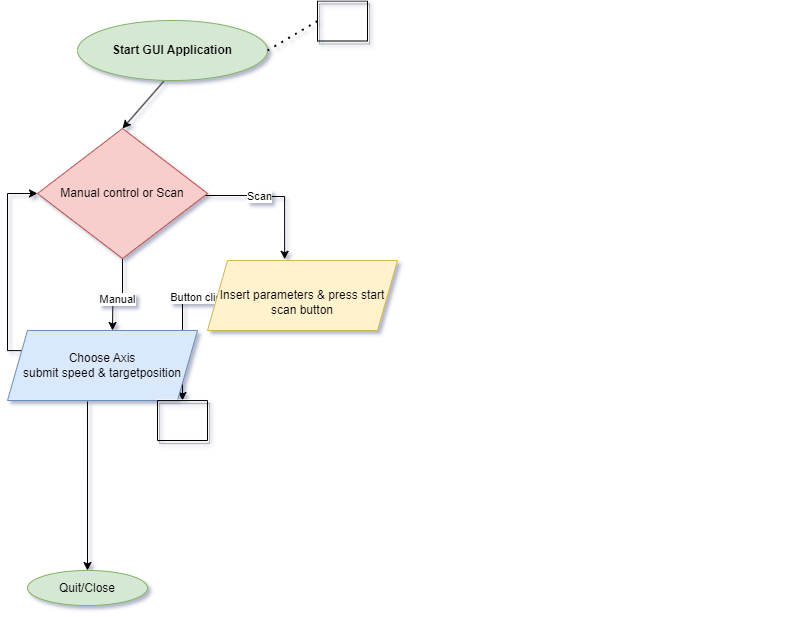
Before: Program_Diagram.drawio.png, a diagram exported from draw.io (sistrebel/Emittancemeter_control). Source tidied: cells renumbered, new cells last; positions are measured from the earlier drawing's top-left corner, leaving out a move shared by most shapes.
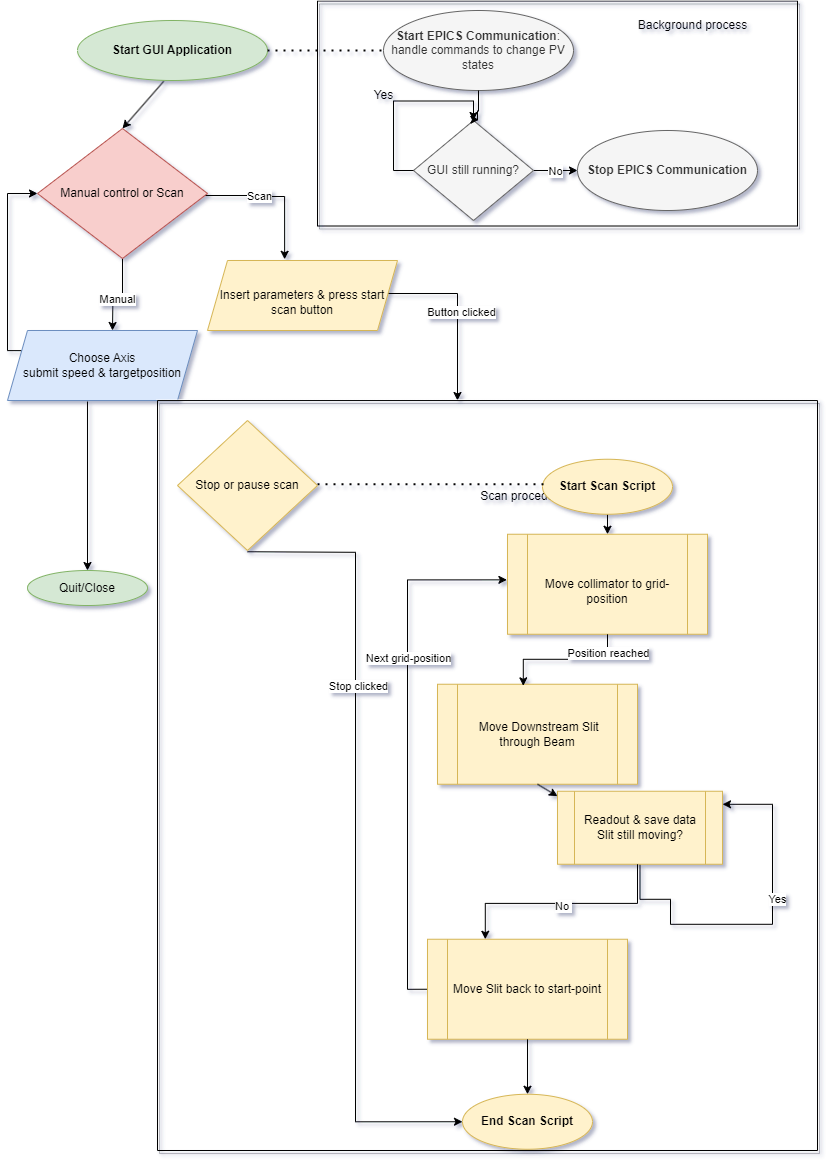
Above is the later version.

Change to the diagram source:
```diff
@@ -39,6 +39,11 @@
     <mxCell id="10" value="Manual control or Scan" style="rhombus;whiteSpace=wrap;html=1;fillColor=#f8cecc;strokeColor=#b85450;" parent="1" vertex="1">
       <mxGeometry x="30" y="128" width="170" height="130" as="geometry" />
     </mxCell>
+    <mxCell id="19" style="endArrow=none;dashed=1;html=1;dashPattern=1 3;strokeWidth=2;rounded=0;entryX=0;entryY=0.5;entryDx=0;entryDy=0;" parent="1" edge="1" target="20">
+      <mxGeometry relative="1" as="geometry">
+        <mxPoint x="260" y="50" as="sourcePoint" />
+      </mxGeometry>
+    </mxCell>
     <mxCell id="11" style="edgeStyle=orthogonalEdgeStyle;rounded=0;jettySize=auto;html=1;exitX=1;exitY=0.5;exitDx=0;exitDy=0;" parent="1" edge="1" source="13" target="18">
       <mxGeometry relative="1" as="geometry">
         <Array as="points">
@@ -67,11 +72,138 @@
     <mxCell id="16" style="edgeStyle=orthogonalEdgeStyle;rounded=0;jettySize=auto;html=1;exitX=0.421;exitY=1.014;exitDx=0;exitDy=0;entryX=0.5;entryY=0;entryDx=0;entryDy=0;exitPerimeter=0;" parent="1" edge="1" source="15" target="5">
       <mxGeometry relative="1" as="geometry" />
     </mxCell>
-    <mxCell id="17" style="swimlane;startSize=0;fillColor=#E6E6E6;strokeColor=default;fillStyle=solid;rounded=0;shadow=1;glass=1;" parent="1" vertex="1" collapsed="1">
-      <mxGeometry x="310" y="0.5" width="50" height="40" as="geometry" />
+    <mxCell id="17" style="swimlane;startSize=0;fillColor=#E6E6E6;strokeColor=default;fillStyle=solid;rounded=0;shadow=1;glass=1;" parent="1" vertex="1">
+      <mxGeometry x="310" y="0.5" width="480" height="225" as="geometry" />
     </mxCell>
+    <mxCell id="20" value="&lt;b style=&quot;border-color: var(--border-color);&quot;&gt;Start EPICS Communication&lt;/b&gt;:&lt;br style=&quot;border-color: var(--border-color);&quot;&gt;handle commands to change PV states" style="ellipse;whiteSpace=wrap;html=1;fillColor=#f5f5f5;fontColor=#333333;strokeColor=#666666;" parent="17" vertex="1">
+      <mxGeometry x="66" y="9.5" width="190" height="80" as="geometry" />
+    </mxCell>
+    <mxCell id="21" style="edgeStyle=orthogonalEdgeStyle;rounded=0;jettySize=auto;html=1;exitX=1;exitY=0.5;exitDx=0;exitDy=0;entryX=0;entryY=0.5;entryDx=0;entryDy=0;" parent="17" edge="1" source="23" target="28">
+      <mxGeometry relative="1" as="geometry" />
+    </mxCell>
+    <mxCell id="22" value="No" style="edgeLabel;html=1;align=center;verticalAlign=middle;" parent="21" vertex="1">
+      <mxGeometry x="-0.06" relative="1" as="geometry" />
+    </mxCell>
+    <mxCell id="23" value="GUI still running?" style="rhombus;whiteSpace=wrap;html=1;fillColor=#f5f5f5;fontColor=#333333;strokeColor=#666666;" parent="17" vertex="1">
+      <mxGeometry x="96" y="119.5" width="120" height="100" as="geometry" />
+    </mxCell>
+    <mxCell id="24" value="Yes" style="text;html=1;align=center;verticalAlign=middle;strokeColor=none;fillColor=none;" parent="17" vertex="1">
+      <mxGeometry x="46" y="79.5" width="40" height="30" as="geometry" />
+    </mxCell>
+    <mxCell id="25" style="edgeStyle=orthogonalEdgeStyle;rounded=0;orthogonalLoop=1;jettySize=auto;html=1;exitX=0;exitY=0.5;exitDx=0;exitDy=0;entryX=0.5;entryY=0;entryDx=0;entryDy=0;" parent="17" edge="1" source="23" target="23">
+      <mxGeometry relative="1" as="geometry">
+        <Array as="points">
+          <mxPoint x="76" y="170" />
+          <mxPoint x="76" y="100" />
+          <mxPoint x="156" y="100" />
+        </Array>
+      </mxGeometry>
+    </mxCell>
+    <mxCell id="26" style="edgeStyle=orthogonalEdgeStyle;rounded=0;jettySize=auto;html=1;exitX=0.5;exitY=1;exitDx=0;exitDy=0;entryX=0.545;entryY=-0.008;entryDx=0;entryDy=0;entryPerimeter=0;" parent="17" edge="1" source="20" target="23">
+      <mxGeometry relative="1" as="geometry">
+        <Array as="points">
+          <mxPoint x="161" y="110" />
+          <mxPoint x="160" y="110" />
+          <mxPoint x="160" y="119" />
+        </Array>
+      </mxGeometry>
+    </mxCell>
+    <mxCell id="27" value="Background process" style="text;html=1;align=center;verticalAlign=middle;strokeColor=none;fillColor=none;" parent="17" vertex="1">
+      <mxGeometry x="310" y="9.5" width="130" height="30" as="geometry" />
+    </mxCell>
+    <mxCell id="28" value="&lt;b style=&quot;border-color: var(--border-color); color: rgb(51, 51, 51);&quot;&gt;Stop EPICS Communication&lt;/b&gt;" style="ellipse;whiteSpace=wrap;html=1;fillColor=#f5f5f5;fontColor=#333333;strokeColor=#666666;" parent="17" vertex="1">
+      <mxGeometry x="260" y="129.5" width="180" height="80" as="geometry" />
+    </mxCell>
-    <mxCell id="18" style="swimlane;startSize=0;fillColor=#E6E6E6;strokeColor=default;fillStyle=solid;rounded=0;shadow=1;glass=1;" parent="1" vertex="1" collapsed="1">
-      <mxGeometry x="150" y="400" width="50" height="40" as="geometry" />
+    <mxCell id="18" style="swimlane;startSize=0;fillColor=#E6E6E6;strokeColor=default;fillStyle=solid;rounded=0;shadow=1;glass=1;" parent="1" vertex="1">
+      <mxGeometry x="150" y="400" width="660" height="750" as="geometry" />
     </mxCell>
+    <mxCell id="29" value="Scan procedure" style="text;html=1;align=center;verticalAlign=middle;strokeColor=none;fillColor=none;" parent="18" vertex="1">
+      <mxGeometry x="310" y="80.8" width="110" height="30" as="geometry" />
+    </mxCell>
+    <mxCell id="30" value="&lt;br style=&quot;border-color: var(--border-color);&quot;&gt;Move collimator to grid-position" style="shape=process;whiteSpace=wrap;html=1;backgroundOutline=1;fillColor=#fff2cc;strokeColor=#d6b656;" parent="18" vertex="1">
+      <mxGeometry x="350" y="133.8" width="200" height="100" as="geometry" />
+    </mxCell>
+    <mxCell id="31" style="edgeStyle=orthogonalEdgeStyle;rounded=0;jettySize=auto;html=1;exitX=0;exitY=0.5;exitDx=0;exitDy=0;entryX=-0.003;entryY=0.456;entryDx=0;entryDy=0;entryPerimeter=0;" parent="18" edge="1" source="33" target="30">
+      <mxGeometry relative="1" as="geometry" />
+    </mxCell>
+    <mxCell id="32" value="Next grid-position" style="edgeLabel;html=1;align=center;verticalAlign=middle;" parent="31" vertex="1">
+      <mxGeometry x="0.21" y="-1" relative="1" as="geometry">
+        <mxPoint x="-1" y="-30" as="offset" />
+      </mxGeometry>
+    </mxCell>
+    <mxCell id="33" value="Move Slit back to start-point" style="shape=process;whiteSpace=wrap;html=1;backgroundOutline=1;fillColor=#fff2cc;strokeColor=#d6b656;" parent="18" vertex="1">
+      <mxGeometry x="270" y="538.8" width="200" height="100" as="geometry" />
+    </mxCell>
+    <mxCell id="34" value="&amp;nbsp;Move Downstream Slit through Beam&lt;br style=&quot;border-color: var(--border-color);&quot;&gt;" style="shape=process;whiteSpace=wrap;html=1;backgroundOutline=1;fillColor=#fff2cc;strokeColor=#d6b656;" parent="18" vertex="1">
+      <mxGeometry x="280" y="283.8" width="200" height="100" as="geometry" />
+    </mxCell>
+    <mxCell id="35" style="edgeStyle=orthogonalEdgeStyle;rounded=0;jettySize=auto;html=1;exitX=0.5;exitY=1;exitDx=0;exitDy=0;entryX=0.429;entryY=0.016;entryDx=0;entryDy=0;entryPerimeter=0;" parent="18" edge="1" source="30" target="34">
+      <mxGeometry relative="1" as="geometry" />
+    </mxCell>
+    <mxCell id="36" value="Position reached" style="edgeLabel;html=1;align=center;verticalAlign=middle;" parent="35" vertex="1">
+      <mxGeometry x="-0.72" relative="1" as="geometry" />
+    </mxCell>
+    <mxCell id="37" style="edgeStyle=orthogonalEdgeStyle;rounded=0;jettySize=auto;html=1;exitX=0.5;exitY=1;exitDx=0;exitDy=0;entryX=0.5;entryY=0;entryDx=0;entryDy=0;" parent="18" edge="1" source="38" target="30">
+      <mxGeometry relative="1" as="geometry" />
+    </mxCell>
+    <mxCell id="38" value="&lt;b&gt;Start Scan Script&lt;/b&gt;" style="ellipse;whiteSpace=wrap;html=1;fillColor=#fff2cc;strokeColor=#d6b656;" parent="18" vertex="1">
+      <mxGeometry x="385" y="58.8" width="130" height="55" as="geometry" />
+    </mxCell>
+    <mxCell id="39" value="&lt;b&gt;End Scan Script&lt;/b&gt;" style="ellipse;whiteSpace=wrap;html=1;fillColor=#fff2cc;strokeColor=#d6b656;" parent="18" vertex="1">
+      <mxGeometry x="305" y="693.8" width="130" height="55" as="geometry" />
+    </mxCell>
+    <mxCell id="40" style="edgeStyle=orthogonalEdgeStyle;rounded=0;jettySize=auto;html=1;exitX=0.5;exitY=1;exitDx=0;exitDy=0;entryX=0.5;entryY=0;entryDx=0;entryDy=0;" parent="18" edge="1" source="33" target="39">
+      <mxGeometry relative="1" as="geometry" />
+    </mxCell>
+    <mxCell id="41" style="edgeStyle=orthogonalEdgeStyle;rounded=0;orthogonalLoop=1;jettySize=auto;html=1;exitX=0.5;exitY=1;exitDx=0;exitDy=0;" parent="18" edge="1" source="43" target="43">
+      <mxGeometry relative="1" as="geometry">
+        <Array as="points">
+          <mxPoint x="513" y="498.8" />
+          <mxPoint x="513" y="523.8" />
+          <mxPoint x="615" y="523.8" />
+          <mxPoint x="615" y="403.8" />
+          <mxPoint x="513" y="403.8" />
+        </Array>
+      </mxGeometry>
+    </mxCell>
+    <mxCell id="42" value="Yes" style="edgeLabel;html=1;align=center;verticalAlign=middle;" parent="41" vertex="1">
+      <mxGeometry x="0.2" y="-4" relative="1" as="geometry" />
+    </mxCell>
+    <mxCell id="43" value="Readout &amp;amp; save data&lt;br&gt;Slit still moving?" style="shape=process;whiteSpace=wrap;html=1;backgroundOutline=1;fillColor=#fff2cc;strokeColor=#d6b656;" parent="18" vertex="1">
+      <mxGeometry x="400" y="390.8" width="165" height="73" as="geometry" />
+    </mxCell>
+    <mxCell id="44" style="edgeStyle=orthogonalEdgeStyle;rounded=0;orthogonalLoop=1;jettySize=auto;html=1;entryX=0.404;entryY=0.009;entryDx=0;entryDy=0;entryPerimeter=0;" parent="18" edge="1">
+      <mxGeometry relative="1" as="geometry">
+        <mxPoint x="480" y="463.8" as="sourcePoint" />
+        <mxPoint x="327.8" y="538.7" as="targetPoint" />
+        <Array as="points">
+          <mxPoint x="480" y="502.9" />
+          <mxPoint x="328" y="502.9" />
+        </Array>
+      </mxGeometry>
+    </mxCell>
+    <mxCell id="45" value="No&amp;nbsp;" style="edgeLabel;html=1;align=center;verticalAlign=middle;" parent="44" vertex="1">
+      <mxGeometry y="3" relative="1" as="geometry" />
+    </mxCell>
+    <mxCell id="46" style="endArrow=none;dashed=1;html=1;dashPattern=1 3;strokeWidth=2;rounded=0;" parent="18" edge="1">
+      <mxGeometry relative="1" as="geometry">
+        <mxPoint x="160" y="83.8" as="sourcePoint" />
+        <mxPoint x="390" y="83.8" as="targetPoint" />
+      </mxGeometry>
+    </mxCell>
+    <mxCell id="47" value="Stop or pause scan" style="rhombus;whiteSpace=wrap;html=1;fillColor=#fff2cc;strokeColor=#d6b656;" parent="18" vertex="1">
+      <mxGeometry x="20" y="20" width="140" height="130" as="geometry" />
+    </mxCell>
+    <mxCell id="48" style="edgeStyle=orthogonalEdgeStyle;rounded=0;jettySize=auto;html=1;exitX=0.5;exitY=1;exitDx=0;exitDy=0;entryX=0;entryY=0.5;entryDx=0;entryDy=0;" parent="18" edge="1" target="39">
+      <mxGeometry relative="1" as="geometry">
+        <mxPoint x="90" y="151.2" as="sourcePoint" />
+      </mxGeometry>
+    </mxCell>
+    <mxCell id="49" value="Stop clicked" style="edgeLabel;html=1;align=center;verticalAlign=middle;" parent="48" vertex="1">
+      <mxGeometry x="-0.38" y="2" relative="1" as="geometry" />
+    </mxCell>
+    <mxCell id="50" style="endArrow=classic;html=1;rounded=0;exitX=0.5;exitY=1;exitDx=0;exitDy=0;entryX=0;entryY=0.067;entryDx=0;entryDy=0;entryPerimeter=0;" parent="18" edge="1" source="34" target="43">
+      <mxGeometry relative="1" as="geometry" />
+    </mxCell>
   </root>
 </mxGraphModel>
```
